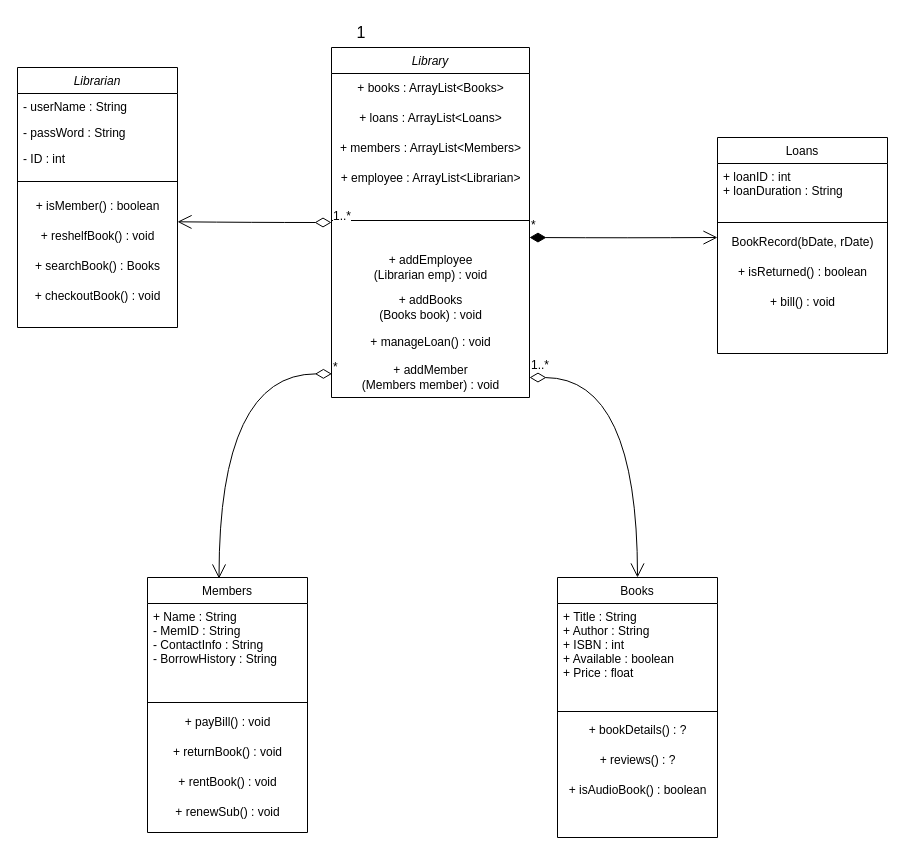
This is Untitled Diagram.drawio from Twpendleton/ClassUMLDiagram, a draw.io file, before an edit. Source tidied: cells renumbered, new cells numbered last; positions are measured from the earlier drawing's top-left corner, leaving out a move shared by most shapes. Both pictures are drawn from the tidied source at 100%, with x=0, y=0 at pixel (17, 17).
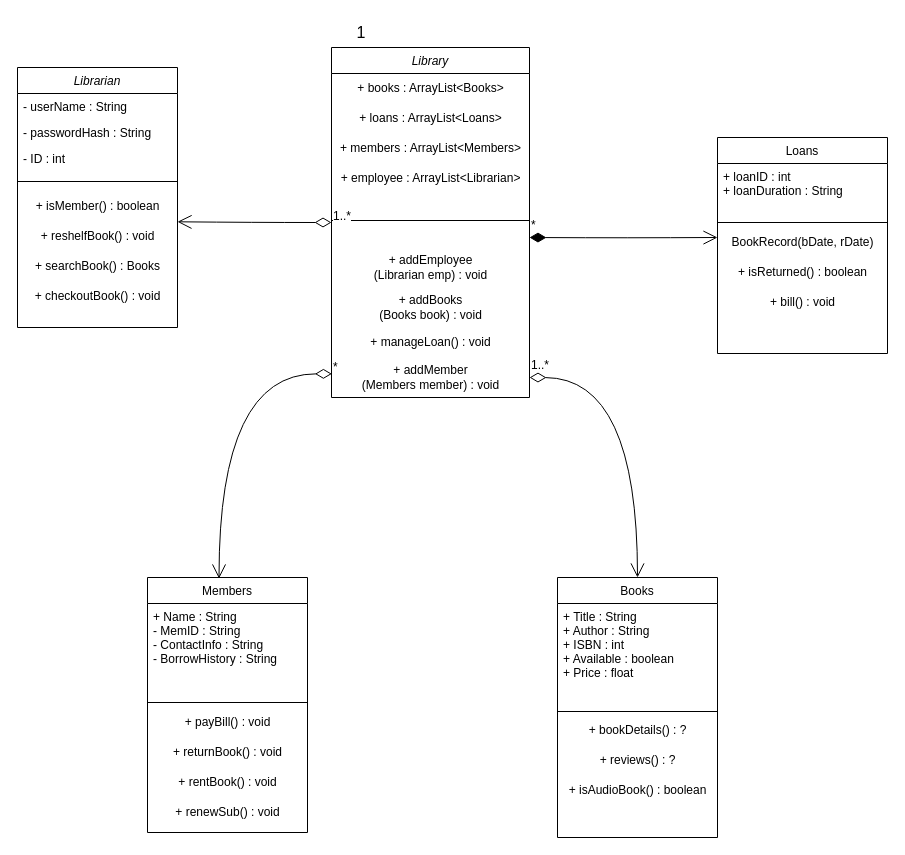
The same page after the edit.

Commit message:
Rename password field to passwordHash

The change refers to these unchanged cells:
```xml
<mxCell id="2" value="Librarian" style="swimlane;fontStyle=2;align=center;verticalAlign=top;horizontal=1;startSize=26;rounded=0;shadow=0;strokeWidth=1;" parent="1" vertex="1">
  <mxGeometry y="50" width="160" height="260" as="geometry" />
</mxCell>
```

Change to the diagram source:
```diff
@@
-    <mxCell id="4" value="- passWord : String" style="text;align=left;verticalAlign=top;spacingLeft=4;spacingRight=4;overflow=hidden;rounded=0;shadow=0;html=0;" parent="2" vertex="1">
+    <mxCell id="4" value="- passwordHash : String" style="text;align=left;verticalAlign=top;spacingLeft=4;spacingRight=4;overflow=hidden;rounded=0;shadow=0;html=0;" parent="2" vertex="1">
       <mxGeometry y="52" width="160" height="26" as="geometry" />
     </mxCell>
```
